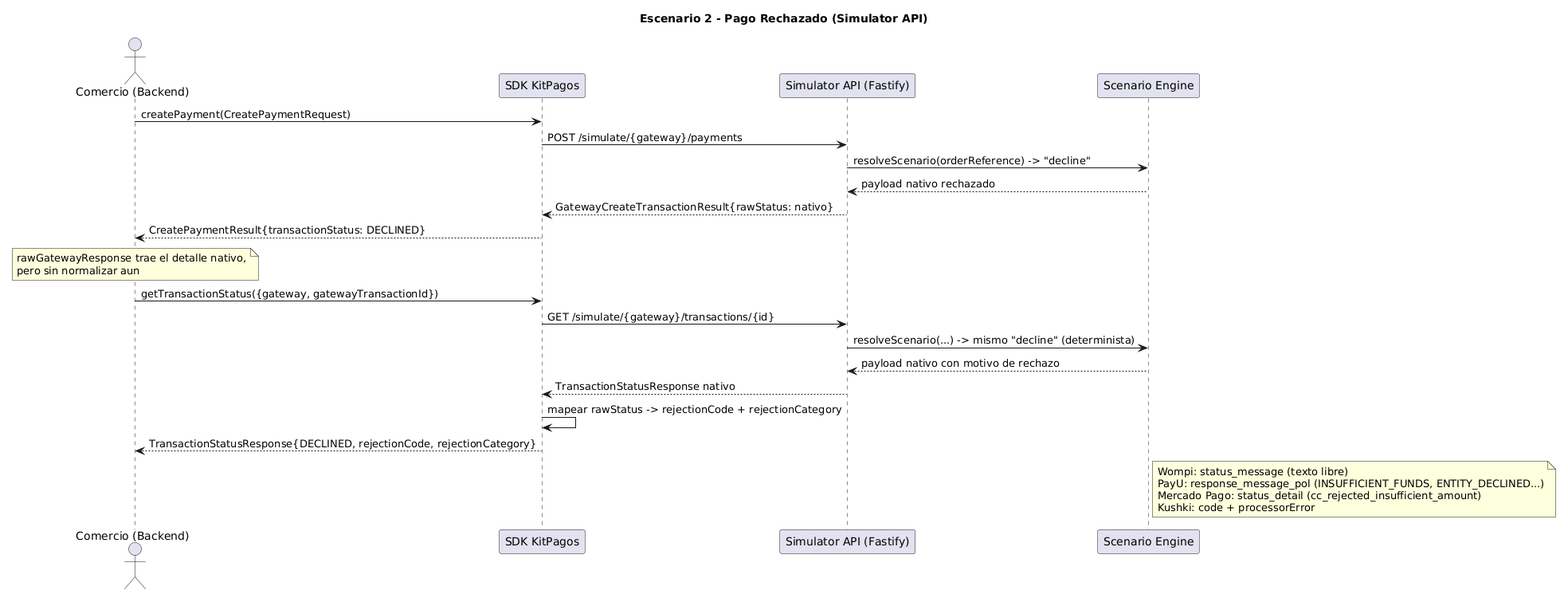
PurosBrothers/Kit-Pagos-Colombia---Tesis keeps this PlantUML diagram as docs/architecture/Simulador API/Sequence Diagram - Denied Payment.png. Above is the earlier version. The source it was exported from:
```plantuml
@startuml
title Escenario 2 - Pago Rechazado (Simulator API)

actor "Comercio (Backend)" as C
participant "SDK KitPagos" as SDK
participant "Simulator API (Fastify)" as API
participant "Scenario Engine" as SE

C -> SDK : createPayment(CreatePaymentRequest)
SDK -> API : POST /simulate/{gateway}/payments
API -> SE : resolveScenario(orderReference) -> "decline"
SE --> API : payload nativo rechazado
API --> SDK : GatewayCreateTransactionResult{rawStatus: nativo}
SDK --> C : CreatePaymentResult{transactionStatus: DECLINED}

note over C
  rawGatewayResponse trae el detalle nativo,
  pero sin normalizar aun
end note

C -> SDK : getTransactionStatus({gateway, gatewayTransactionId})
SDK -> API : GET /simulate/{gateway}/transactions/{id}
API -> SE : resolveScenario(...) -> mismo "decline" (determinista)
SE --> API : payload nativo con motivo de rechazo
API --> SDK : TransactionStatusResponse nativo
SDK -> SDK : mapear rawStatus -> rejectionCode + rejectionCategory
SDK --> C : TransactionStatusResponse{DECLINED, rejectionCode, rejectionCategory}

note right of SE
  Wompi: status_message (texto libre)
  PayU: response_message_pol (INSUFFICIENT_FUNDS, ENTITY_DECLINED...)
  Mercado Pago: status_detail (cc_rejected_insufficient_amount)
  Kushki: code + processorError
end note
@enduml
```
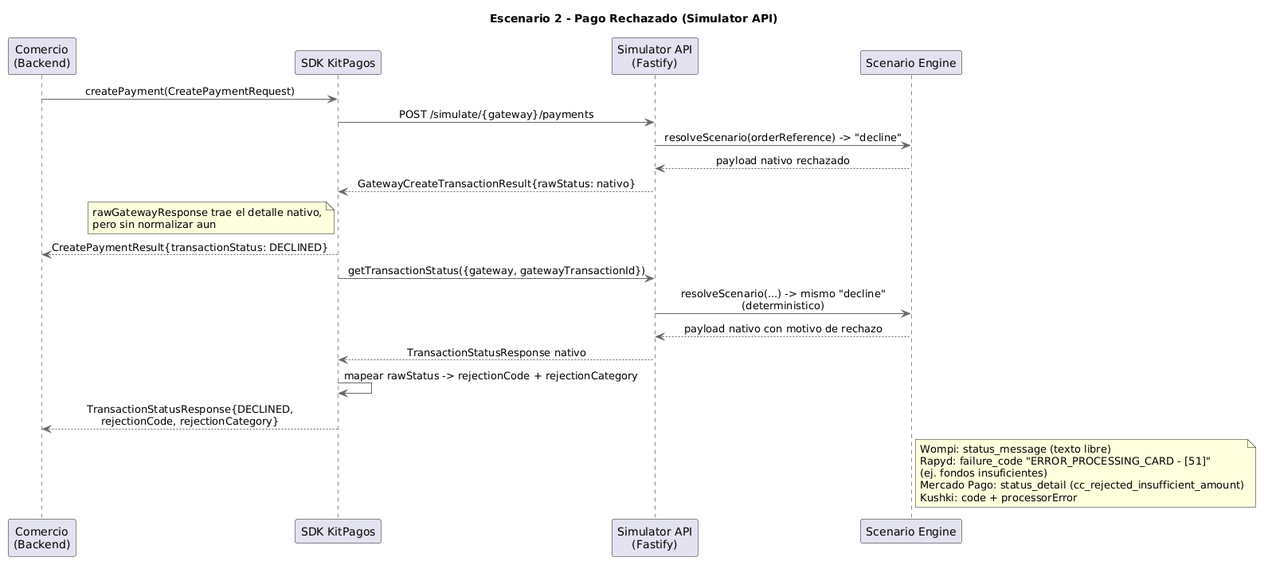
After the commit.

Diff of the diagram source:
```diff
@@ -1,34 +1,37 @@
 @startuml
 title Escenario 2 - Pago Rechazado (Simulator API)
+skinparam backgroundColor white
+skinparam sequenceMessageAlign center
+skinparam ArrowColor #666666
+skinparam LifeLineBorderColor #666666
 
-actor "Comercio (Backend)" as C
+participant "Comercio\n(Backend)" as Comercio
 participant "SDK KitPagos" as SDK
-participant "Simulator API (Fastify)" as API
-participant "Scenario Engine" as SE
+participant "Simulator API\n(Fastify)" as SimAPI
+participant "Scenario Engine" as Engine
 
-C -> SDK : createPayment(CreatePaymentRequest)
-SDK -> API : POST /simulate/{gateway}/payments
-API -> SE : resolveScenario(orderReference) -> "decline"
-SE --> API : payload nativo rechazado
-API --> SDK : GatewayCreateTransactionResult{rawStatus: nativo}
-SDK --> C : CreatePaymentResult{transactionStatus: DECLINED}
-
-note over C
+Comercio -> SDK : createPayment(CreatePaymentRequest)
+SDK -> SimAPI : POST /simulate/{gateway}/payments
+SimAPI -> Engine : resolveScenario(orderReference) -> "decline"
+Engine --> SimAPI : payload nativo rechazado
+SimAPI --> SDK : GatewayCreateTransactionResult{rawStatus: nativo}
+note left of SDK
   rawGatewayResponse trae el detalle nativo,
   pero sin normalizar aun
 end note
+SDK --> Comercio : CreatePaymentResult{transactionStatus: DECLINED}
 
-C -> SDK : getTransactionStatus({gateway, gatewayTransactionId})
-SDK -> API : GET /simulate/{gateway}/transactions/{id}
-API -> SE : resolveScenario(...) -> mismo "decline" (determinista)
-SE --> API : payload nativo con motivo de rechazo
-API --> SDK : TransactionStatusResponse nativo
+SDK -> SimAPI : getTransactionStatus({gateway, gatewayTransactionId})
+SimAPI -> Engine : resolveScenario(...) -> mismo "decline"\n(deterministico)
+Engine --> SimAPI : payload nativo con motivo de rechazo
+SimAPI --> SDK : TransactionStatusResponse nativo
 SDK -> SDK : mapear rawStatus -> rejectionCode + rejectionCategory
-SDK --> C : TransactionStatusResponse{DECLINED, rejectionCode, rejectionCategory}
+SDK --> Comercio : TransactionStatusResponse{DECLINED,\nrejectionCode, rejectionCategory}
 
-note right of SE
+note right of Engine
   Wompi: status_message (texto libre)
-  PayU: response_message_pol (INSUFFICIENT_FUNDS, ENTITY_DECLINED...)
+  Rapyd: failure_code "ERROR_PROCESSING_CARD - [51]"
+  (ej. fondos insuficientes)
   Mercado Pago: status_detail (cc_rejected_insufficient_amount)
   Kushki: code + processorError
 end note
```
